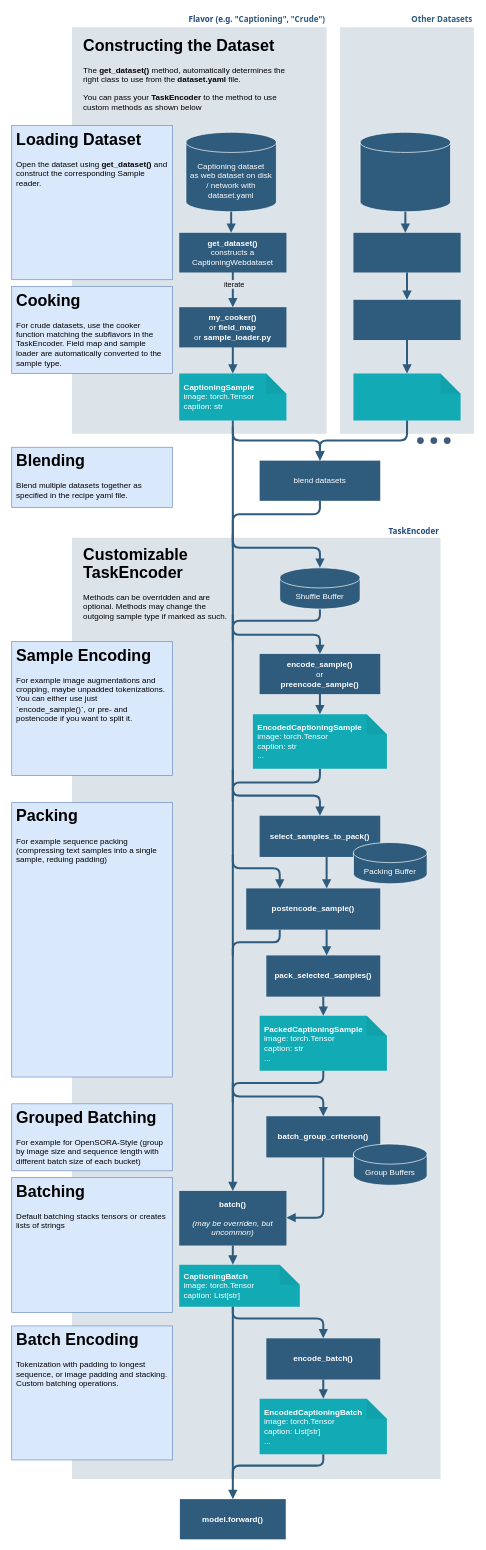
NVIDIA/Megatron-Energon keeps this draw.io diagram as docs/source/images/data_flow.drawio. Above is the earlier version. Source tidied: cells renumbered, new cells numbered last; positions are measured from the earlier drawing's top-left corner, leaving out a move shared by most shapes. Both pictures are drawn from the tidied source at 67%, with x=0, y=0 at pixel (11, 11).
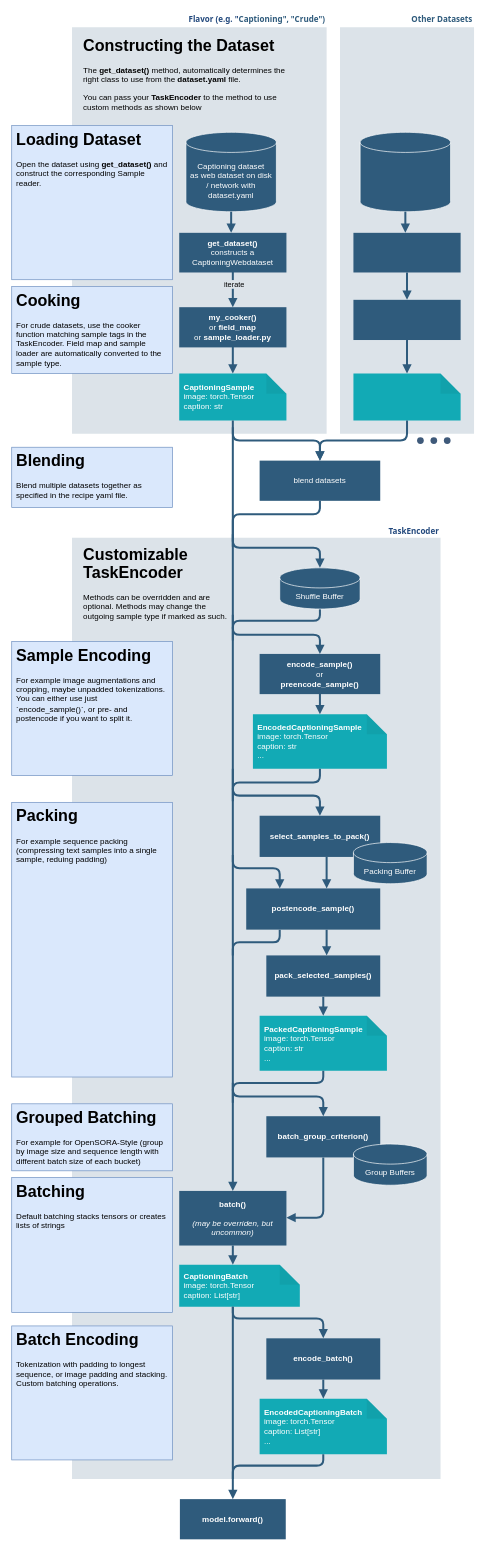
The same page after the edit.

The change refers to these unchanged cells:
```xml
<mxCell id="38" value="&lt;font color=&quot;#23497d&quot;&gt;Flavor (e.g. &quot;&lt;/font&gt;Captioning&quot;, &quot;Crude&quot;)" style="swimlane;whiteSpace=wrap;fillColor=none;swimlaneFillColor=#BAC8D3;fontColor=#2F5B7C;fontFamily=Tahoma;html=1;strokeColor=none;opacity=50;align=right;" parent="1" vertex="1">
  <mxGeometry x="90" width="380" height="630" as="geometry" />
</mxCell>
```

What changed in the source:
```diff
@@
-    <mxCell id="46" value="&lt;h1 style=&quot;line-height: 110%;&quot;&gt;Cooking&lt;/h1&gt;&lt;p style=&quot;line-height: 120%;&quot;&gt;For crude datasets, use the cooker function matching the subflavors in the TaskEncoder. Field map and sample loader are automatically converted to the sample type.&lt;/p&gt;" style="text;html=1;strokeColor=#6c8ebf;fillColor=#dae8fc;spacing=7;spacingTop=-20;whiteSpace=wrap;overflow=hidden;rounded=0;" parent="38" vertex="1">
+    <mxCell id="46" value="&lt;h1 style=&quot;line-height: 110%;&quot;&gt;Cooking&lt;/h1&gt;&lt;p style=&quot;line-height: 120%;&quot;&gt;For crude datasets, use the cooker function matching sample tags in the TaskEncoder. Field map and sample loader are automatically converted to the sample type.&lt;/p&gt;" style="text;html=1;strokeColor=#6c8ebf;fillColor=#dae8fc;spacing=7;spacingTop=-20;whiteSpace=wrap;overflow=hidden;rounded=0;" parent="38" vertex="1">
       <mxGeometry x="-90" y="410" width="240" height="130" as="geometry" />
     </mxCell>
```
